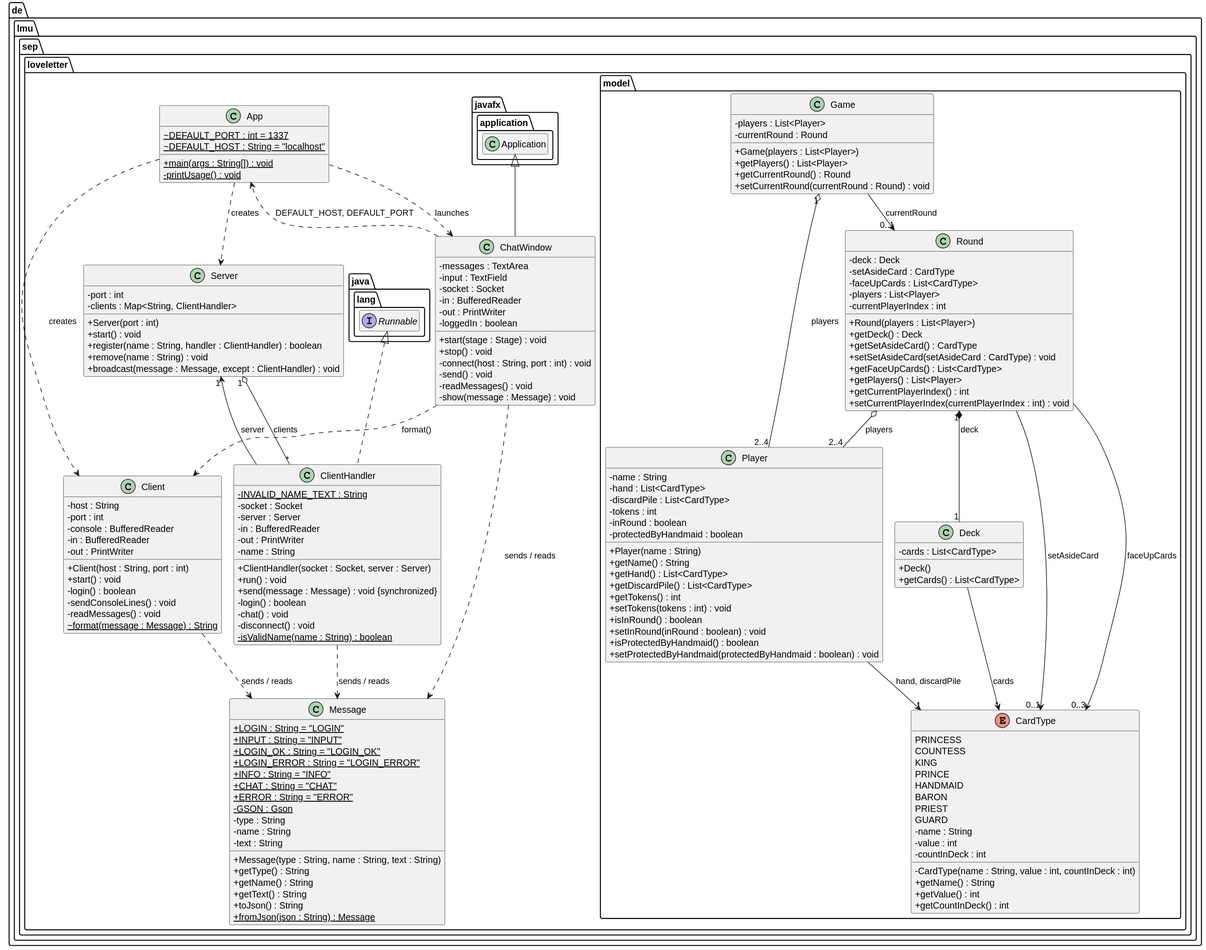
This is uml/loveletter-uml.svg from daithangngo/SEP-LoveLetter, a PlantUML export, as it was before one commit. The source it was exported from:
```plantuml
@startuml
!pragma layout smetana
skinparam classAttributeIconSize 0
hide empty members

package de.lmu.sep.loveletter {

  class App {
    ~ {static} DEFAULT_PORT : int = 1337
    ~ {static} DEFAULT_HOST : String = "localhost"
    + {static} main(args : String[]) : void
    - {static} printUsage() : void
  }

  class Server {
    - port : int
    - clients : Map<String, ClientHandler>
    + Server(port : int)
    + start() : void
    + register(name : String, handler : ClientHandler) : boolean
    + remove(name : String) : void
    + broadcast(message : Message, except : ClientHandler) : void
  }

  class ClientHandler implements java.lang.Runnable {
    - {static} INVALID_NAME_TEXT : String
    - socket : Socket
    - server : Server
    - in : BufferedReader
    - out : PrintWriter
    - name : String
    + ClientHandler(socket : Socket, server : Server)
    + run() : void
    + send(message : Message) : void {synchronized}
    - login() : boolean
    - chat() : void
    - disconnect() : void
    - {static} isValidName(name : String) : boolean
  }

  class Client {
    - host : String
    - port : int
    - console : BufferedReader
    - in : BufferedReader
    - out : PrintWriter
    + Client(host : String, port : int)
    + start() : void
    - login() : boolean
    - sendConsoleLines() : void
    - readMessages() : void
    ~ {static} format(message : Message) : String
  }

  class ChatWindow extends javafx.application.Application {
    - messages : TextArea
    - input : TextField
    - socket : Socket
    - in : BufferedReader
    - out : PrintWriter
    - loggedIn : boolean
    + start(stage : Stage) : void
    + stop() : void
    - connect(host : String, port : int) : void
    - send() : void
    - readMessages() : void
    - show(message : Message) : void
  }

  class Message {
    + {static} LOGIN : String = "LOGIN"
    + {static} INPUT : String = "INPUT"
    + {static} LOGIN_OK : String = "LOGIN_OK"
    + {static} LOGIN_ERROR : String = "LOGIN_ERROR"
    + {static} INFO : String = "INFO"
    + {static} CHAT : String = "CHAT"
    + {static} ERROR : String = "ERROR"
    - {static} GSON : Gson
    - type : String
    - name : String
    - text : String
    + Message(type : String, name : String, text : String)
    + getType() : String
    + getName() : String
    + getText() : String
    + toJson() : String
    + {static} fromJson(json : String) : Message
  }
}

package de.lmu.sep.loveletter.model {

  enum CardType {
    PRINCESS
    COUNTESS
    KING
    PRINCE
    HANDMAID
    BARON
    PRIEST
    GUARD
    - name : String
    - value : int
    - countInDeck : int
    - CardType(name : String, value : int, countInDeck : int)
    + getName() : String
    + getValue() : int
    + getCountInDeck() : int
  }

  class Deck {
    - cards : List<CardType>
    + Deck()
    + getCards() : List<CardType>
  }

  class Player {
    - name : String
    - hand : List<CardType>
    - discardPile : List<CardType>
    - tokens : int
    - inRound : boolean
    - protectedByHandmaid : boolean
    + Player(name : String)
    + getName() : String
    + getHand() : List<CardType>
    + getDiscardPile() : List<CardType>
    + getTokens() : int
    + setTokens(tokens : int) : void
    + isInRound() : boolean
    + setInRound(inRound : boolean) : void
    + isProtectedByHandmaid() : boolean
    + setProtectedByHandmaid(protectedByHandmaid : boolean) : void
  }

  class Round {
    - deck : Deck
    - setAsideCard : CardType
    - faceUpCards : List<CardType>
    - players : List<Player>
    - currentPlayerIndex : int
    + Round(players : List<Player>)
    + getDeck() : Deck
    + getSetAsideCard() : CardType
    + setSetAsideCard(setAsideCard : CardType) : void
    + getFaceUpCards() : List<CardType>
    + getPlayers() : List<Player>
    + getCurrentPlayerIndex() : int
    + setCurrentPlayerIndex(currentPlayerIndex : int) : void
  }

  class Game {
    - players : List<Player>
    - currentRound : Round
    + Game(players : List<Player>)
    + getPlayers() : List<Player>
    + getCurrentRound() : Round
    + setCurrentRound(currentRound : Round) : void
  }
}

App ..> Server : creates
App ..> Client : creates
App ..> ChatWindow : launches
Server "1" o-- "*" ClientHandler : clients
ClientHandler --> "1" Server : server
ClientHandler ..> Message : sends / reads
Client ..> Message : sends / reads
ChatWindow ..> Message : sends / reads
ChatWindow ..> App : DEFAULT_HOST, DEFAULT_PORT
ChatWindow ..> Client : format()

Game "1" o-- "2..4" Player : players
Game --> "0..1" Round : currentRound
Round "1" *-- "1" Deck : deck
Round o-- "2..4" Player : players
Round --> "0..1" CardType : setAsideCard
Round --> "0..3" CardType : faceUpCards
Player --> "*" CardType : hand, discardPile
Deck --> "*" CardType : cards
@enduml
```
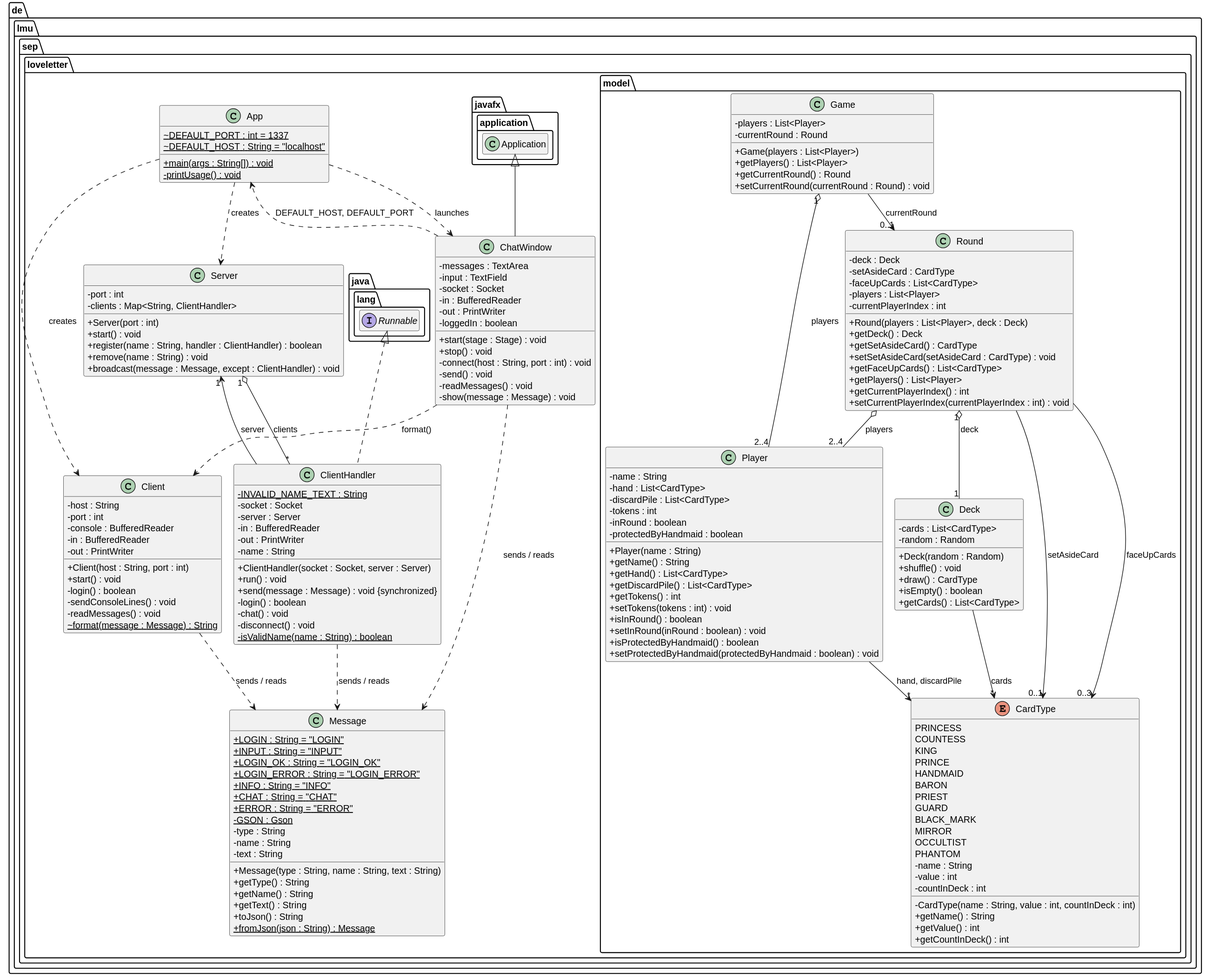
Later version of the same file.

Commit message:
docs: re-render UML diagram and keep local project notes out of git

The edit, as a diff of the source:
```diff
@@ -99,6 +99,10 @@
     BARON
     PRIEST
     GUARD
+    BLACK_MARK
+    MIRROR
+    OCCULTIST
+    PHANTOM
     - name : String
     - value : int
     - countInDeck : int
@@ -110,7 +114,11 @@
 
   class Deck {
     - cards : List<CardType>
-    + Deck()
+    - random : Random
+    + Deck(random : Random)
+    + shuffle() : void
+    + draw() : CardType
+    + isEmpty() : boolean
     + getCards() : List<CardType>
   }
 
@@ -139,7 +147,7 @@
     - faceUpCards : List<CardType>
     - players : List<Player>
     - currentPlayerIndex : int
-    + Round(players : List<Player>)
+    + Round(players : List<Player>, deck : Deck)
     + getDeck() : Deck
     + getSetAsideCard() : CardType
     + setSetAsideCard(setAsideCard : CardType) : void
@@ -172,7 +180,7 @@
 
 Game "1" o-- "2..4" Player : players
 Game --> "0..1" Round : currentRound
-Round "1" *-- "1" Deck : deck
+Round "1" o-- "1" Deck : deck
 Round o-- "2..4" Player : players
 Round --> "0..1" CardType : setAsideCard
 Round --> "0..3" CardType : faceUpCards
```
